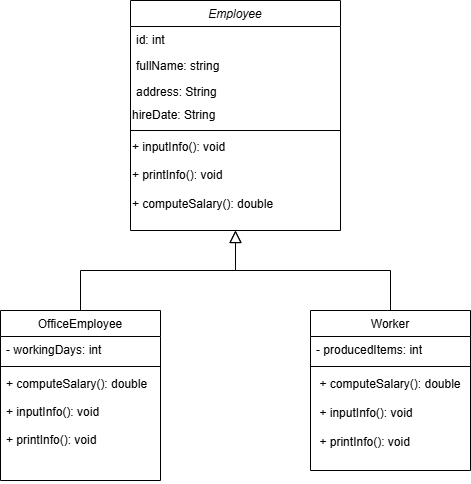
Before: Biểu đồ không có tiêu đề.drawio.png, a diagram exported from draw.io (khoavadienq/Ex1). Source tidied: cells renumbered, new cells last; positions are measured from the earlier drawing's top-left corner, leaving out a move shared by most shapes.
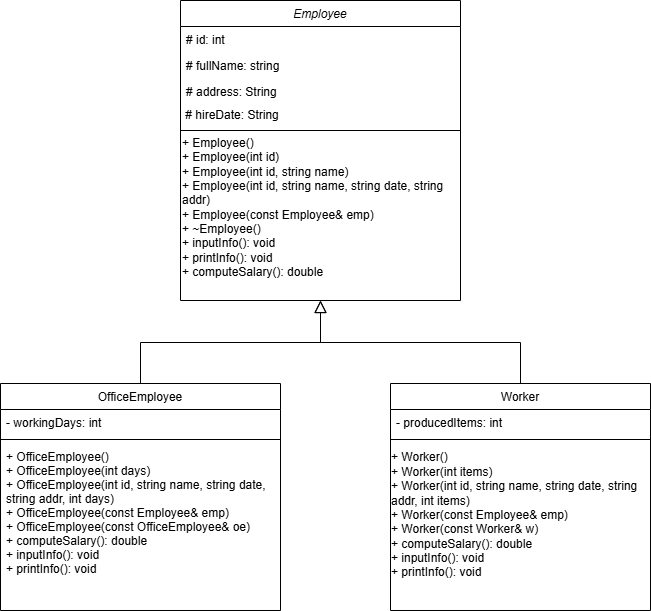
Later version of the same file.

Change to the diagram source:
```diff
@@ -3,52 +3,52 @@
     <mxCell id="0" />
     <mxCell id="1" parent="0" />
     <mxCell id="2" value="Employee" style="swimlane;fontStyle=2;align=center;verticalAlign=top;horizontal=1;startSize=26;rounded=0;shadow=0;strokeWidth=1;" parent="1" vertex="1">
-      <mxGeometry x="130" width="210" height="230" as="geometry" />
+      <mxGeometry x="100" y="20" width="280" height="300" as="geometry" />
     </mxCell>
-    <mxCell id="3" value="id: int" style="text;align=left;verticalAlign=top;spacingLeft=4;spacingRight=4;overflow=hidden;" parent="2" vertex="1">
-      <mxGeometry y="26" width="210" height="26" as="geometry" />
+    <mxCell id="3" value="# id: int" style="text;align=left;verticalAlign=top;spacingLeft=4;spacingRight=4;overflow=hidden;" parent="2" vertex="1">
+      <mxGeometry y="26" width="280" height="26" as="geometry" />
     </mxCell>
-    <mxCell id="4" value="fullName: string" style="text;align=left;verticalAlign=top;spacingLeft=4;spacingRight=4;overflow=hidden;rounded=0;shadow=0;html=0;" parent="2" vertex="1">
-      <mxGeometry y="52" width="210" height="26" as="geometry" />
+    <mxCell id="4" value="# fullName: string" style="text;align=left;verticalAlign=top;spacingLeft=4;spacingRight=4;overflow=hidden;rounded=0;shadow=0;html=0;" parent="2" vertex="1">
+      <mxGeometry y="52" width="280" height="26" as="geometry" />
     </mxCell>
-    <mxCell id="5" value="address: String" style="text;align=left;verticalAlign=top;spacingLeft=4;spacingRight=4;overflow=hidden;rounded=0;shadow=0;html=0;" parent="2" vertex="1">
-      <mxGeometry y="78" width="210" height="32" as="geometry" />
+    <mxCell id="5" value="# address: String" style="text;align=left;verticalAlign=top;spacingLeft=4;spacingRight=4;overflow=hidden;rounded=0;shadow=0;html=0;" parent="2" vertex="1">
+      <mxGeometry y="78" width="280" height="32" as="geometry" />
     </mxCell>
-    <mxCell id="6" value="hireDate: &lt;span class=&quot;hljs-type&quot;&gt;String&lt;/span&gt;" style="text;html=1;align=left;verticalAlign=middle;whiteSpace=wrap;rounded=0;" parent="2" vertex="1">
-      <mxGeometry y="110" width="210" height="10" as="geometry" />
+    <mxCell id="6" value="&amp;nbsp;# hireDate: &lt;span class=&quot;hljs-type&quot;&gt;String&lt;/span&gt;" style="text;html=1;align=left;verticalAlign=middle;whiteSpace=wrap;rounded=0;" parent="2" vertex="1">
+      <mxGeometry y="110" width="280" height="10" as="geometry" />
     </mxCell>
     <mxCell id="7" style="line;html=1;strokeWidth=1;align=left;verticalAlign=middle;spacingTop=-1;spacingLeft=3;spacingRight=3;labelPosition=right;" parent="2" vertex="1">
-      <mxGeometry y="120" width="210" height="20" as="geometry" />
+      <mxGeometry y="120" width="280" height="20" as="geometry" />
     </mxCell>
-    <mxCell id="8" value="&lt;span class=&quot;hljs-built_in&quot;&gt;+ inputInfo&lt;/span&gt;(): &lt;span class=&quot;hljs-type&quot;&gt;void&lt;/span&gt;&lt;div&gt;&lt;span class=&quot;hljs-type&quot;&gt;&lt;br&gt;&lt;/span&gt;&lt;/div&gt;&lt;div&gt;&lt;span class=&quot;hljs-type&quot;&gt;&lt;span class=&quot;hljs-built_in&quot;&gt;+ printInfo&lt;/span&gt;(): &lt;span class=&quot;hljs-type&quot;&gt;void&lt;/span&gt;&lt;/span&gt;&lt;/div&gt;&lt;div&gt;&lt;span class=&quot;hljs-type&quot;&gt;&lt;span class=&quot;hljs-type&quot;&gt;&lt;br&gt;&lt;/span&gt;&lt;/span&gt;&lt;/div&gt;&lt;div&gt;&lt;span class=&quot;hljs-type&quot;&gt;&lt;span class=&quot;hljs-type&quot;&gt;&lt;span class=&quot;hljs-built_in&quot;&gt;+ computeSalary&lt;/span&gt;(): &lt;span class=&quot;hljs-type&quot;&gt;double&lt;/span&gt;&lt;/span&gt;&lt;/span&gt;&lt;/div&gt;" style="text;html=1;align=left;verticalAlign=middle;whiteSpace=wrap;rounded=0;" parent="2" vertex="1">
-      <mxGeometry y="140" width="210" height="70" as="geometry" />
+    <mxCell id="8" value="&lt;div&gt;&lt;br&gt;&lt;/div&gt;&lt;div&gt;&lt;span class=&quot;hljs-built_in&quot;&gt;+ Employee&lt;/span&gt;()&lt;/div&gt;&lt;div&gt;+&amp;nbsp;&lt;span class=&quot;hljs-built_in&quot;&gt;Employee&lt;/span&gt;(&lt;span class=&quot;hljs-type&quot;&gt;int&lt;/span&gt; id)&lt;/div&gt;&lt;div&gt;+&amp;nbsp;&lt;span class=&quot;hljs-built_in&quot;&gt;Employee&lt;/span&gt;(&lt;span class=&quot;hljs-type&quot;&gt;int&lt;/span&gt; id, string name)&lt;/div&gt;&lt;div&gt;+&amp;nbsp;&lt;span class=&quot;hljs-built_in&quot;&gt;Employee&lt;/span&gt;(&lt;span class=&quot;hljs-type&quot;&gt;int&lt;/span&gt; id, string name, string date, string addr)&lt;/div&gt;&lt;div&gt;+&amp;nbsp;&lt;span class=&quot;hljs-built_in&quot;&gt;Employee&lt;/span&gt;(&lt;span class=&quot;hljs-type&quot;&gt;const&lt;/span&gt; Employee&amp;amp; emp)&lt;/div&gt;&lt;div&gt;&lt;span class=&quot;hljs-built_in&quot;&gt;+ ~Employee()&lt;/span&gt;&lt;/div&gt;&lt;span class=&quot;hljs-built_in&quot;&gt;+ inputInfo&lt;/span&gt;(): &lt;span class=&quot;hljs-type&quot;&gt;void&lt;/span&gt;&lt;div&gt;&lt;div&gt;&lt;span class=&quot;hljs-type&quot;&gt;&lt;span class=&quot;hljs-built_in&quot;&gt;+ printInfo&lt;/span&gt;(): &lt;span class=&quot;hljs-type&quot;&gt;void&lt;/span&gt;&lt;/span&gt;&lt;/div&gt;&lt;div&gt;&lt;span class=&quot;hljs-type&quot;&gt;&lt;span class=&quot;hljs-type&quot;&gt;&lt;span class=&quot;hljs-built_in&quot;&gt;+ computeSalary&lt;/span&gt;(): &lt;span class=&quot;hljs-type&quot;&gt;double&lt;/span&gt;&lt;/span&gt;&lt;/span&gt;&lt;/div&gt;&lt;/div&gt;" style="text;html=1;align=left;verticalAlign=middle;whiteSpace=wrap;rounded=0;" parent="2" vertex="1">
+      <mxGeometry y="140" width="280" height="120" as="geometry" />
     </mxCell>
     <mxCell id="9" value="OfficeEmployee " style="swimlane;fontStyle=0;align=center;verticalAlign=top;horizontal=1;startSize=26;rounded=0;shadow=0;strokeWidth=1;" parent="1" vertex="1">
-      <mxGeometry y="310" width="160" height="170" as="geometry" />
+      <mxGeometry x="-80" y="403" width="280" height="227" as="geometry" />
     </mxCell>
     <mxCell id="10" value="- workingDays: int" style="text;align=left;verticalAlign=top;spacingLeft=4;spacingRight=4;overflow=hidden;" parent="9" vertex="1">
-      <mxGeometry y="26" width="160" height="26" as="geometry" />
+      <mxGeometry y="26" width="280" height="26" as="geometry" />
     </mxCell>
     <mxCell id="11" style="line;html=1;strokeWidth=1;align=left;verticalAlign=middle;spacingTop=-1;spacingLeft=3;spacingRight=3;labelPosition=right;" parent="9" vertex="1">
-      <mxGeometry y="52" width="160" height="8" as="geometry" />
+      <mxGeometry y="52" width="280" height="8" as="geometry" />
     </mxCell>
-    <mxCell id="12" value="+ computeSalary(): double&#10;&#10;+ inputInfo(): void&#10;&#10;+ printInfo(): void" style="text;align=left;verticalAlign=top;spacingLeft=4;spacingRight=4;overflow=hidden;fontStyle=0;" parent="9" vertex="1">
-      <mxGeometry y="60" width="160" height="110" as="geometry" />
+    <mxCell id="12" value="+ OfficeEmployee()&#10;+ OfficeEmployee(int days)&#10;+ OfficeEmployee(int id, string name, string date, &#10;string addr, int days)&#10;+ OfficeEmployee(const Employee&amp; emp)&#10;+ OfficeEmployee(const OfficeEmployee&amp; oe)&#10;+ computeSalary(): double&#10;+ inputInfo(): void&#10;+ printInfo(): void" style="text;align=left;verticalAlign=top;spacingLeft=4;spacingRight=4;overflow=hidden;fontStyle=0;" parent="9" vertex="1">
+      <mxGeometry y="60" width="280" height="160" as="geometry" />
     </mxCell>
     <mxCell id="13" style="endArrow=block;endSize=10;endFill=0;shadow=0;strokeWidth=1;rounded=0;curved=0;edgeStyle=elbowEdgeStyle;elbow=vertical;" parent="1" edge="1" source="9" target="2">
       <mxGeometry relative="1" as="geometry" />
     </mxCell>
     <mxCell id="14" value=" Worker " style="swimlane;fontStyle=0;align=center;verticalAlign=top;horizontal=1;startSize=26;rounded=0;shadow=0;strokeWidth=1;" parent="1" vertex="1">
-      <mxGeometry x="310" y="310" width="160" height="160" as="geometry" />
+      <mxGeometry x="310" y="403" width="260" height="227" as="geometry" />
     </mxCell>
     <mxCell id="15" value="- producedItems: int" style="text;align=left;verticalAlign=top;spacingLeft=4;spacingRight=4;overflow=hidden;" parent="14" vertex="1">
-      <mxGeometry y="26" width="160" height="26" as="geometry" />
+      <mxGeometry y="26" width="260" height="26" as="geometry" />
     </mxCell>
     <mxCell id="16" style="line;html=1;strokeWidth=1;align=left;verticalAlign=middle;spacingTop=-1;spacingLeft=3;spacingRight=3;labelPosition=right;" parent="14" vertex="1">
-      <mxGeometry y="52" width="160" height="8" as="geometry" />
+      <mxGeometry y="52" width="260" height="8" as="geometry" />
     </mxCell>
-    <mxCell id="17" value="&lt;div style=&quot;text-align: left;&quot;&gt;&lt;span style=&quot;background-color: initial;&quot;&gt;+ &lt;/span&gt;&lt;span style=&quot;background-color: initial;&quot; class=&quot;hljs-built_in&quot;&gt;computeSalary&lt;/span&gt;&lt;span style=&quot;background-color: initial;&quot;&gt;(): &lt;/span&gt;&lt;span style=&quot;background-color: initial;&quot; class=&quot;hljs-type&quot;&gt;double&lt;/span&gt;&lt;/div&gt;&lt;div style=&quot;text-align: left;&quot;&gt;&lt;span style=&quot;background-color: initial;&quot; class=&quot;hljs-type&quot;&gt;&lt;br&gt;&lt;/span&gt;&lt;/div&gt;&lt;div style=&quot;text-align: left;&quot;&gt;&lt;span class=&quot;hljs-type&quot;&gt;+ &lt;span class=&quot;hljs-built_in&quot;&gt;inputInfo&lt;/span&gt;(): &lt;span class=&quot;hljs-type&quot;&gt;void&lt;/span&gt;&lt;/span&gt;&lt;/div&gt;&lt;div style=&quot;text-align: left;&quot;&gt;&lt;span class=&quot;hljs-type&quot;&gt;&lt;span class=&quot;hljs-type&quot;&gt;&lt;br&gt;&lt;/span&gt;&lt;/span&gt;&lt;/div&gt;&lt;div style=&quot;text-align: left;&quot;&gt;&lt;span class=&quot;hljs-type&quot;&gt;&lt;span class=&quot;hljs-type&quot;&gt;+ &lt;span class=&quot;hljs-built_in&quot;&gt;printInfo&lt;/span&gt;(): &lt;span class=&quot;hljs-type&quot;&gt;void&lt;/span&gt;&lt;/span&gt;&lt;/span&gt;&lt;/div&gt;&lt;div style=&quot;text-align: left;&quot;&gt;&lt;span class=&quot;hljs-type&quot;&gt;&lt;br&gt;&lt;/span&gt;&lt;/div&gt;" style="text;html=1;align=center;verticalAlign=middle;whiteSpace=wrap;rounded=0;" parent="14" vertex="1">
-      <mxGeometry y="60" width="160" height="100" as="geometry" />
+    <mxCell id="17" value="&lt;div style=&quot;text-align: left;&quot;&gt;&lt;span class=&quot;hljs-built_in&quot;&gt;&lt;br&gt;&lt;/span&gt;&lt;/div&gt;&lt;div style=&quot;text-align: left;&quot;&gt;&lt;span class=&quot;hljs-built_in&quot;&gt;&lt;br&gt;&lt;/span&gt;&lt;/div&gt;&lt;div style=&quot;text-align: left;&quot;&gt;&lt;span class=&quot;hljs-built_in&quot;&gt;&lt;br&gt;&lt;/span&gt;&lt;/div&gt;&lt;div style=&quot;text-align: left;&quot;&gt;&lt;span class=&quot;hljs-built_in&quot;&gt;+ Worker&lt;/span&gt;()&lt;br&gt;&lt;span class=&quot;hljs-built_in&quot;&gt;+ Worker&lt;/span&gt;(&lt;span class=&quot;hljs-type&quot;&gt;int&lt;/span&gt; items)&lt;br&gt;&lt;span class=&quot;hljs-built_in&quot;&gt;+ Worker&lt;/span&gt;(&lt;span class=&quot;hljs-type&quot;&gt;int&lt;/span&gt; id, string name, string date, string addr, &lt;span class=&quot;hljs-type&quot;&gt;int&lt;/span&gt; items)&lt;br&gt;&lt;span class=&quot;hljs-built_in&quot;&gt;+ Worker&lt;/span&gt;(&lt;span class=&quot;hljs-type&quot;&gt;const&lt;/span&gt; Employee&amp;amp; emp)&lt;br&gt;&lt;span class=&quot;hljs-built_in&quot;&gt;+ Worker&lt;/span&gt;(&lt;span class=&quot;hljs-type&quot;&gt;const&lt;/span&gt; Worker&amp;amp; w)&lt;/div&gt;&lt;div style=&quot;text-align: left;&quot;&gt;&lt;span style=&quot;background-color: initial;&quot;&gt;+ &lt;/span&gt;&lt;span style=&quot;background-color: initial;&quot; class=&quot;hljs-built_in&quot;&gt;computeSalary&lt;/span&gt;&lt;span style=&quot;background-color: initial;&quot;&gt;(): &lt;/span&gt;&lt;span style=&quot;background-color: initial;&quot; class=&quot;hljs-type&quot;&gt;double&lt;/span&gt;&lt;/div&gt;&lt;div style=&quot;text-align: left;&quot;&gt;&lt;span class=&quot;hljs-type&quot;&gt;+ &lt;span class=&quot;hljs-built_in&quot;&gt;inputInfo&lt;/span&gt;(): &lt;span class=&quot;hljs-type&quot;&gt;void&lt;/span&gt;&lt;/span&gt;&lt;/div&gt;&lt;div style=&quot;text-align: left;&quot;&gt;&lt;span class=&quot;hljs-type&quot;&gt;&lt;span class=&quot;hljs-type&quot;&gt;+ &lt;span class=&quot;hljs-built_in&quot;&gt;printInfo&lt;/span&gt;(): &lt;span class=&quot;hljs-type&quot;&gt;void&lt;/span&gt;&lt;/span&gt;&lt;/span&gt;&lt;/div&gt;" style="text;html=1;align=center;verticalAlign=middle;whiteSpace=wrap;rounded=0;" parent="14" vertex="1">
+      <mxGeometry y="60" width="260" height="100" as="geometry" />
     </mxCell>
     <mxCell id="18" style="endArrow=block;endSize=10;endFill=0;shadow=0;strokeWidth=1;rounded=0;curved=0;edgeStyle=elbowEdgeStyle;elbow=vertical;" parent="1" edge="1" source="14" target="2">
       <mxGeometry relative="1" as="geometry" />
```
